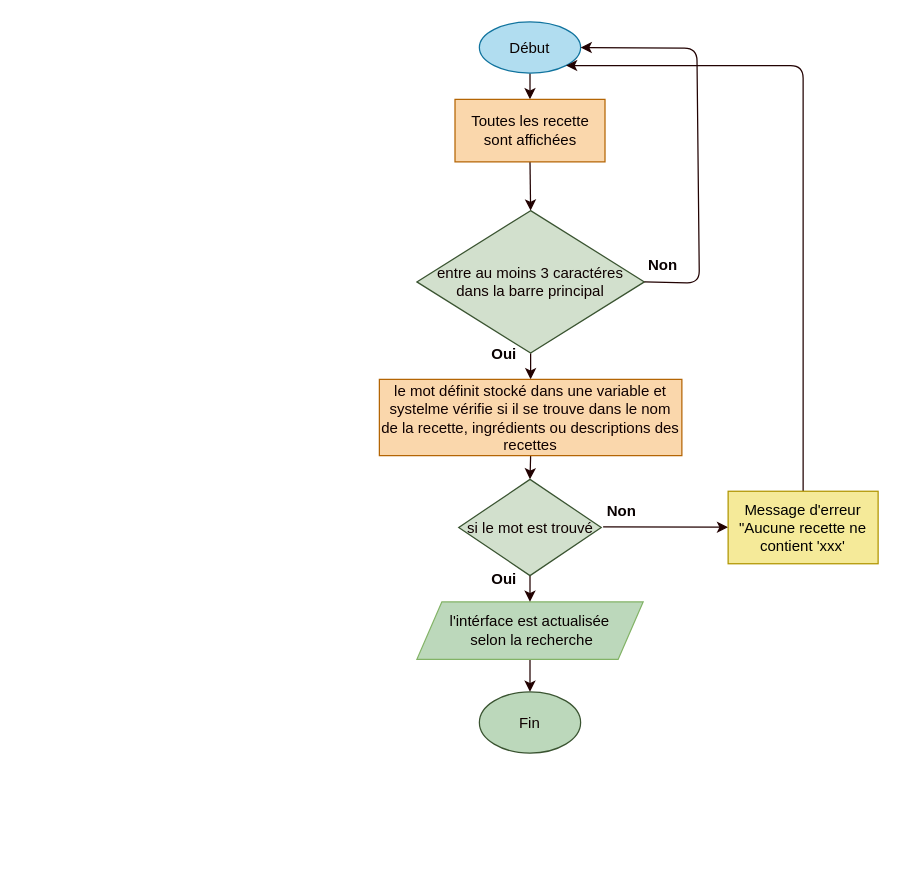
Above: page "recherche-general" (1 of 2) of algorigramme.drawio in zinkat/Les-petits-plats-Developpez-un-algorithme-de-recherche-P7 (draw.io), before the change. Source tidied: cells renumbered, new cells numbered last; positions are measured from the earlier drawing's top-left corner, leaving out a move shared by most shapes. Both pictures are drawn from the tidied source at 125%, with x=0, y=0 at pixel (379, 21).
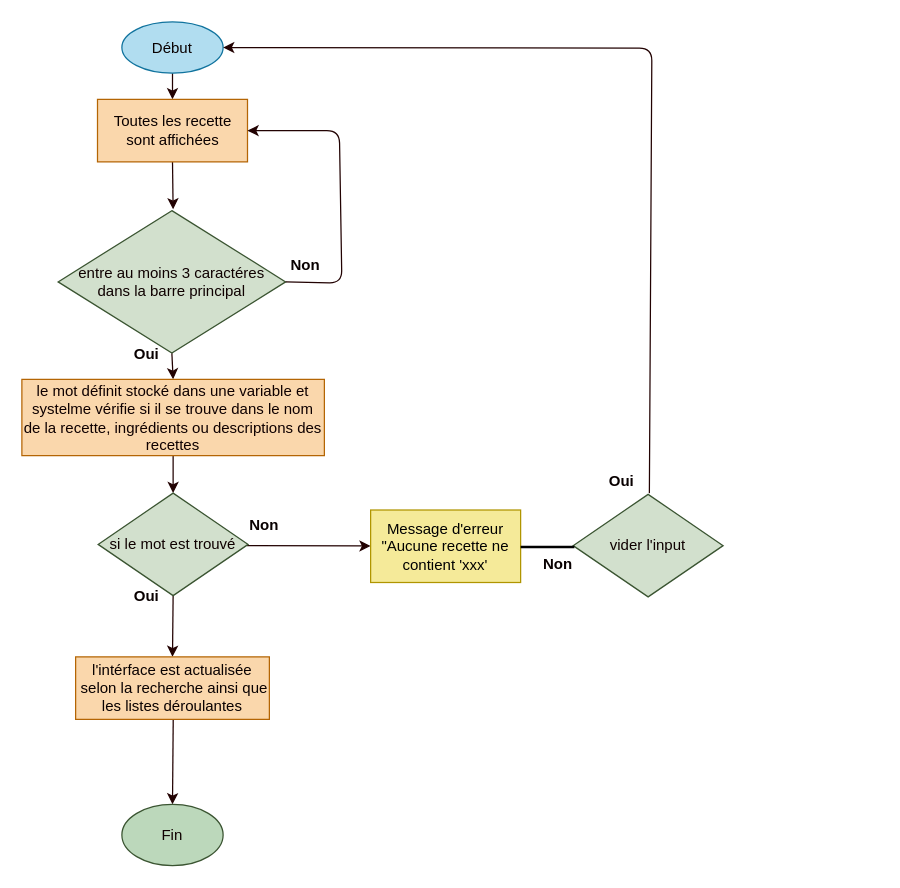
The same page after the edit.

Diff of the diagram source:
```diff
@@
     <mxCell id="3" value="Début" style="ellipse;whiteSpace=wrap;html=1;fillColor=#b1ddf0;strokeColor=#10739e;fontColor=#090101;" parent="1" vertex="1">
-      <mxGeometry x="80" width="81" height="41" as="geometry" />
+      <mxGeometry x="-206" width="81" height="41" as="geometry" />
     </mxCell>
@@
     <mxCell id="5" value="entre au moins 3 caractéres&lt;br&gt;dans la barre principal&lt;br&gt;" style="rhombus;whiteSpace=wrap;html=1;fillColor=#d2e0cd;fontColor=#0f0000;strokeColor=#3A5431;verticalAlign=middle;" parent="1" vertex="1">
-      <mxGeometry x="30" y="151" width="182" height="114" as="geometry" />
+      <mxGeometry x="-257" y="151" width="182" height="114" as="geometry" />
     </mxCell>
-    <mxCell id="6" style="edgeStyle=none;html=1;exitX=0.5;exitY=1;exitDx=0;exitDy=0;entryX=0.5;entryY=0;entryDx=0;entryDy=0;strokeColor=#220202;fontColor=#090101;" parent="1" edge="1" source="7" target="5">
-      <mxGeometry relative="1" as="geometry" />
+    <mxCell id="6" style="edgeStyle=none;html=1;exitX=0.5;exitY=1;exitDx=0;exitDy=0;strokeColor=#220202;fontColor=#090101;" parent="1" edge="1">
+      <mxGeometry relative="1" as="geometry">
+        <mxPoint x="-165.5" y="112" as="sourcePoint" />
+        <mxPoint x="-165" y="150" as="targetPoint" />
+      </mxGeometry>
     </mxCell>
     <mxCell id="7" value="Toutes les recette sont affichées" style="rounded=0;whiteSpace=wrap;html=1;fillColor=#fad7ac;strokeColor=#b46504;fontColor=#0a0000;" parent="1" vertex="1">
-      <mxGeometry x="60.5" y="62" width="120" height="50" as="geometry" />
+      <mxGeometry x="-225.5" y="62" width="120" height="50" as="geometry" />
     </mxCell>
-    <mxCell id="8" style="edgeStyle=none;html=1;exitX=0.5;exitY=1;exitDx=0;exitDy=0;entryX=0.5;entryY=0;entryDx=0;entryDy=0;strokeColor=#220202;fontColor=#0f0000;" parent="1" edge="1" source="9" target="22">
-      <mxGeometry relative="1" as="geometry" />
+    <mxCell id="8" style="edgeStyle=none;html=1;exitX=0.5;exitY=1;exitDx=0;exitDy=0;entryX=0.5;entryY=0;entryDx=0;entryDy=0;strokeColor=#220202;fontColor=#0f0000;" parent="1" edge="1" target="22">
+      <mxGeometry relative="1" as="geometry">
+        <mxPoint x="-164.5" y="510" as="sourcePoint" />
+      </mxGeometry>
     </mxCell>
-    <mxCell id="9" value="l'intérface est actualisée&lt;br&gt;&amp;nbsp;selon la recherche" style="shape=parallelogram;perimeter=parallelogramPerimeter;whiteSpace=wrap;html=1;fixedSize=1;fillColor=#bcd8bb;strokeColor=#82b366;fontColor=#090101;" parent="1" vertex="1">
-      <mxGeometry x="30" y="464" width="181" height="46" as="geometry" />
-    </mxCell>
@@
     <mxCell id="11" style="edgeStyle=none;html=1;strokeColor=#220202;fontColor=#090101;" parent="1" edge="1" target="21">
       <mxGeometry relative="1" as="geometry">
-        <mxPoint x="179" y="404" as="sourcePoint" />
+        <mxPoint x="-106" y="419" as="sourcePoint" />
       </mxGeometry>
     </mxCell>
     <mxCell id="12" value="&lt;font color=&quot;#0f0000&quot;&gt;le mot définit stocké dans une variable et systelme vérifie si il se trouve dans le nom de la recette, ingrédients ou descriptions des recettes&lt;/font&gt;" style="rounded=0;whiteSpace=wrap;html=1;fillColor=#fad7ac;strokeColor=#b46504;fontColor=#0a0000;" parent="1" vertex="1">
-      <mxGeometry y="286" width="242" height="61" as="geometry" />
+      <mxGeometry x="-286" y="286" width="242" height="61" as="geometry" />
     </mxCell>
-    <mxCell id="13" style="edgeStyle=none;html=1;exitX=0.5;exitY=1;exitDx=0;exitDy=0;entryX=0.5;entryY=0;entryDx=0;entryDy=0;strokeColor=#220202;fontColor=#0f0000;" parent="1" edge="1" source="14" target="9">
+    <mxCell id="13" style="edgeStyle=none;html=1;exitX=0.5;exitY=1;exitDx=0;exitDy=0;entryX=0.5;entryY=0;entryDx=0;entryDy=0;strokeColor=#220202;fontColor=#0f0000;" parent="1" edge="1" source="14" target="23">
       <mxGeometry relative="1" as="geometry" />
     </mxCell>
     <mxCell id="14" value="si le mot est trouvé" style="rhombus;whiteSpace=wrap;html=1;fillColor=#d2e0cd;fontColor=#0f0000;strokeColor=#3A5431;verticalAlign=middle;" parent="1" vertex="1">
-      <mxGeometry x="63.5" y="366" width="114" height="77" as="geometry" />
+      <mxGeometry x="-225" y="377" width="120" height="82" as="geometry" />
     </mxCell>
     <mxCell id="15" value="&lt;b&gt;Oui&lt;/b&gt;" style="text;html=1;strokeColor=none;fillColor=none;align=center;verticalAlign=middle;whiteSpace=wrap;rounded=0;fontColor=#090101;" parent="1" vertex="1">
-      <mxGeometry x="85" y="435" width="30" height="22" as="geometry" />
+      <mxGeometry x="-201" y="449" width="30" height="22" as="geometry" />
     </mxCell>
     <mxCell id="16" value="&lt;b&gt;Non&lt;/b&gt;" style="text;html=1;strokeColor=none;fillColor=none;align=center;verticalAlign=middle;whiteSpace=wrap;rounded=0;fontColor=#090101;" parent="1" vertex="1">
-      <mxGeometry x="178.5" y="382" width="30" height="19" as="geometry" />
+      <mxGeometry x="-107.5" y="393" width="30" height="19" as="geometry" />
     </mxCell>
     <mxCell id="17" value="&lt;b&gt;Non&lt;/b&gt;" style="text;html=1;strokeColor=none;fillColor=none;align=center;verticalAlign=middle;whiteSpace=wrap;rounded=0;fontColor=#090101;" parent="1" vertex="1">
-      <mxGeometry x="212" y="184" width="30" height="22" as="geometry" />
+      <mxGeometry x="-74" y="184" width="30" height="22" as="geometry" />
     </mxCell>
     <mxCell id="18" value="&lt;b&gt;Oui&lt;/b&gt;" style="text;html=1;strokeColor=none;fillColor=none;align=center;verticalAlign=middle;whiteSpace=wrap;rounded=0;fontColor=#090101;" parent="1" vertex="1">
-      <mxGeometry x="85" y="255" width="30" height="22" as="geometry" />
+      <mxGeometry x="-201" y="255" width="30" height="22" as="geometry" />
     </mxCell>
-    <mxCell id="19" style="endArrow=classic;html=1;strokeColor=#220202;fontColor=#090101;exitX=1;exitY=0.5;exitDx=0;exitDy=0;entryX=1;entryY=0.5;entryDx=0;entryDy=0;" parent="1" edge="1" source="5" target="3">
+    <mxCell id="19" style="endArrow=classic;html=1;strokeColor=#220202;fontColor=#090101;exitX=1;exitY=0.5;exitDx=0;exitDy=0;entryX=1;entryY=0.5;entryDx=0;entryDy=0;" parent="1" edge="1" source="5" target="7">
       <mxGeometry relative="1" as="geometry">
         <Array as="points">
-          <mxPoint x="256" y="209" />
-          <mxPoint x="254" y="21" />
+          <mxPoint x="-30" y="209" />
+          <mxPoint x="-32" y="87" />
         </Array>
       </mxGeometry>
     </mxCell>
-    <mxCell id="20" style="edgeStyle=none;html=1;exitX=0.5;exitY=0;exitDx=0;exitDy=0;strokeColor=#220202;fontColor=#090101;entryX=1;entryY=1;entryDx=0;entryDy=0;" parent="1" edge="1" source="21" target="3">
+    <mxCell id="20" style="edgeStyle=none;html=1;strokeColor=#220202;fontColor=#090101;entryX=1;entryY=0.5;entryDx=0;entryDy=0;" parent="1" edge="1" target="3">
       <mxGeometry relative="1" as="geometry">
+        <mxPoint x="216" y="377" as="sourcePoint" />
         <Array as="points">
-          <mxPoint x="339" y="35" />
+          <mxPoint x="218" y="21" />
         </Array>
       </mxGeometry>
     </mxCell>
     <mxCell id="21" value="Message d'erreur &quot;Aucune recette ne contient 'xxx'" style="whiteSpace=wrap;html=1;fillColor=#f5ea99;strokeColor=#B09500;rounded=0;fontColor=#000000;" parent="1" vertex="1">
-      <mxGeometry x="279" y="375.5" width="120" height="58" as="geometry" />
+      <mxGeometry x="-7" y="390.5" width="120" height="58" as="geometry" />
     </mxCell>
     <mxCell id="22" value="Fin" style="ellipse;whiteSpace=wrap;html=1;fillColor=#BCD8BB;strokeColor=#3A5431;fontColor=#0f0000;" parent="1" vertex="1">
-      <mxGeometry x="80" y="536" width="81" height="49" as="geometry" />
+      <mxGeometry x="-206" y="626" width="81" height="49" as="geometry" />
     </mxCell>
+    <mxCell id="23" value="&lt;span style=&quot;color: rgb(9, 1, 1);&quot;&gt;l'intérface est actualisée&lt;/span&gt;&lt;br style=&quot;color: rgb(9, 1, 1);&quot;&gt;&lt;span style=&quot;color: rgb(9, 1, 1);&quot;&gt;&amp;nbsp;selon la recherche ainsi que les listes déroulantes&lt;/span&gt;" style="rounded=0;whiteSpace=wrap;html=1;fillColor=#fad7ac;strokeColor=#b46504;fontColor=#0a0000;" parent="1" vertex="1">
+      <mxGeometry x="-243" y="508" width="155" height="50" as="geometry" />
+    </mxCell>
+    <mxCell id="24" value="vider l'input" style="rhombus;whiteSpace=wrap;html=1;fillColor=#d2e0cd;fontColor=#0f0000;strokeColor=#3A5431;verticalAlign=middle;" parent="1" vertex="1">
+      <mxGeometry x="155" y="378" width="120" height="82" as="geometry" />
+    </mxCell>
+    <mxCell id="25" value="&lt;b&gt;Oui&lt;/b&gt;" style="text;html=1;strokeColor=none;fillColor=none;align=center;verticalAlign=middle;whiteSpace=wrap;rounded=0;fontColor=#090101;" parent="1" vertex="1">
+      <mxGeometry x="179" y="357" width="30" height="22" as="geometry" />
+    </mxCell>
+    <mxCell id="26" value="&lt;b&gt;Non&lt;/b&gt;" style="text;html=1;strokeColor=none;fillColor=none;align=center;verticalAlign=middle;whiteSpace=wrap;rounded=0;fontColor=#090101;" parent="1" vertex="1">
+      <mxGeometry x="128" y="424.5" width="30" height="19" as="geometry" />
+    </mxCell>
+    <mxCell id="27" style="line;strokeWidth=2;html=1;fillColor=#000000;strokeColor=#000000;" parent="1" vertex="1">
+      <mxGeometry x="113" y="415" width="43" height="10" as="geometry" />
+    </mxCell>
```
